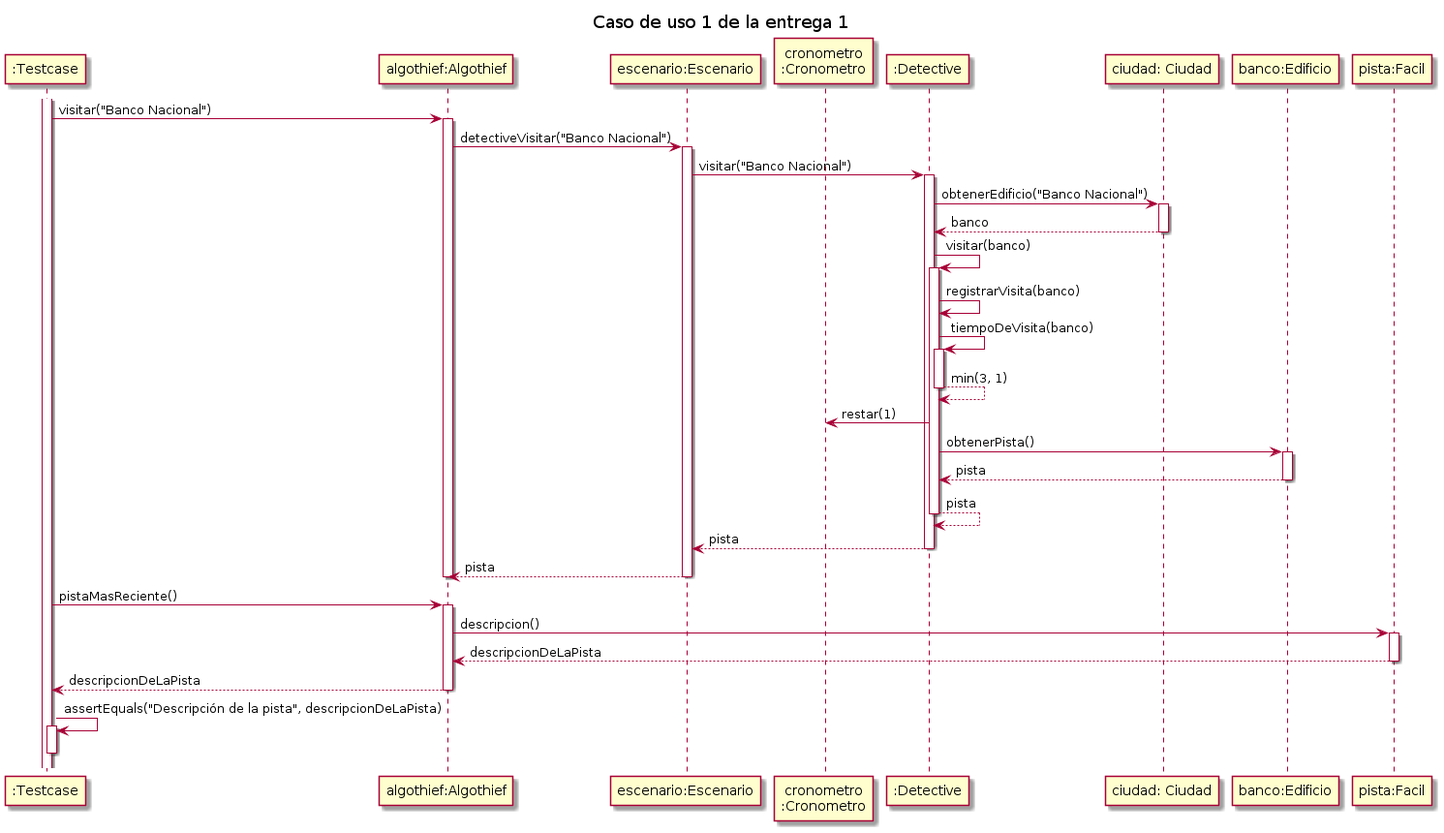
Before: diagrams/sequences/secuencia_entrega1_testcase01.png, a diagram exported from PlantUML (MegaRedHand/algo-thief). The source it was exported from:
```plantuml
@startuml

title "Caso de uso 1 de la entrega 1"

participant ":Testcase" as testcase
participant "algothief:Algothief" as algothief
participant "escenario:Escenario" as escenario
participant "cronometro\n:Cronometro" as cron
participant ":Detective" as detective
participant "ciudad: Ciudad" as ciudad
participant "banco:Edificio" as banco
participant "pista:Facil" as pista


activate testcase
testcase -> algothief++: visitar("Banco Nacional")
    algothief -> escenario++: detectiveVisitar("Banco Nacional")
        escenario -> detective++: visitar("Banco Nacional")
            detective -> ciudad++: obtenerEdificio("Banco Nacional")
                return banco
            detective -> detective++: visitar(banco)
                detective -> detective: registrarVisita(banco)
                detective -> detective++: tiempoDeVisita(banco)
                    return min(3, 1)
                detective -> cron: restar(1)
                detective -> banco++: obtenerPista()
                    return pista
                return pista
            return pista
        return pista
    deactivate algothief

testcase -> algothief++: pistaMasReciente()
    algothief -> pista++: descripcion()
        return descripcionDeLaPista
    return descripcionDeLaPista

testcase -> testcase++: assertEquals("Descripción de la pista", descripcionDeLaPista)
deactivate testcase

@enduml
```
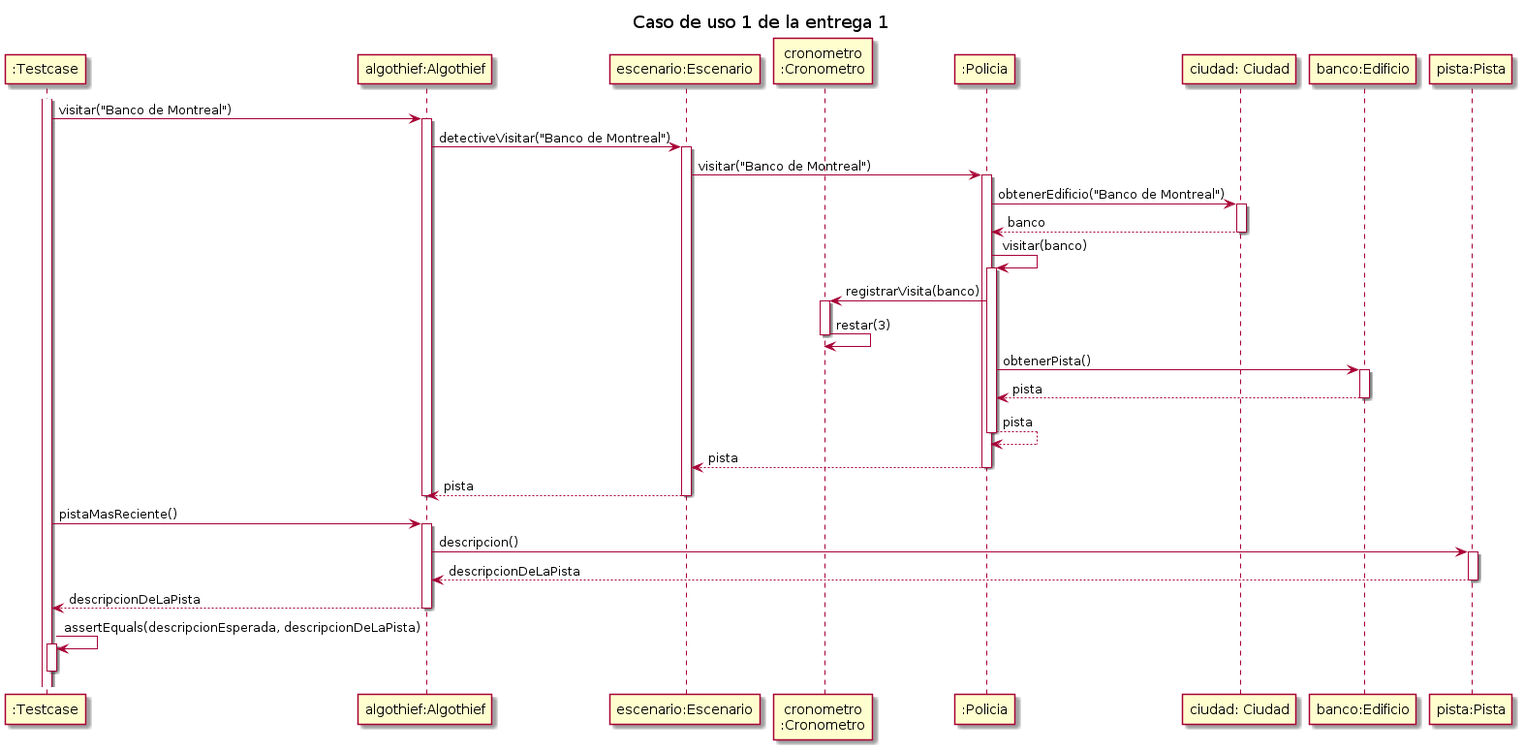
The same file after the commit.

What changed in the source:
```diff
@@ -6,24 +6,22 @@
 participant "algothief:Algothief" as algothief
 participant "escenario:Escenario" as escenario
 participant "cronometro\n:Cronometro" as cron
-participant ":Detective" as detective
+participant ":Policia" as policia
 participant "ciudad: Ciudad" as ciudad
 participant "banco:Edificio" as banco
-participant "pista:Facil" as pista
+participant "pista:Pista" as pista
 
 
 activate testcase
-testcase -> algothief++: visitar("Banco Nacional")
-    algothief -> escenario++: detectiveVisitar("Banco Nacional")
-        escenario -> detective++: visitar("Banco Nacional")
-            detective -> ciudad++: obtenerEdificio("Banco Nacional")
+testcase -> algothief++: visitar("Banco de Montreal")
+    algothief -> escenario++: detectiveVisitar("Banco de Montreal")
+        escenario -> policia++: visitar("Banco de Montreal")
+            policia -> ciudad++: obtenerEdificio("Banco de Montreal")
                 return banco
-            detective -> detective++: visitar(banco)
-                detective -> detective: registrarVisita(banco)
-                detective -> detective++: tiempoDeVisita(banco)
-                    return min(3, 1)
-                detective -> cron: restar(1)
-                detective -> banco++: obtenerPista()
+            policia -> policia++: visitar(banco)
+                policia -> cron++: registrarVisita(banco)
+                    cron -> cron--: restar(3)
+                policia -> banco++: obtenerPista()
                     return pista
                 return pista
             return pista
@@ -35,7 +33,7 @@
         return descripcionDeLaPista
     return descripcionDeLaPista
 
-testcase -> testcase++: assertEquals("Descripción de la pista", descripcionDeLaPista)
+testcase -> testcase++: assertEquals(descripcionEsperada, descripcionDeLaPista)
 deactivate testcase
 
 @enduml
```
